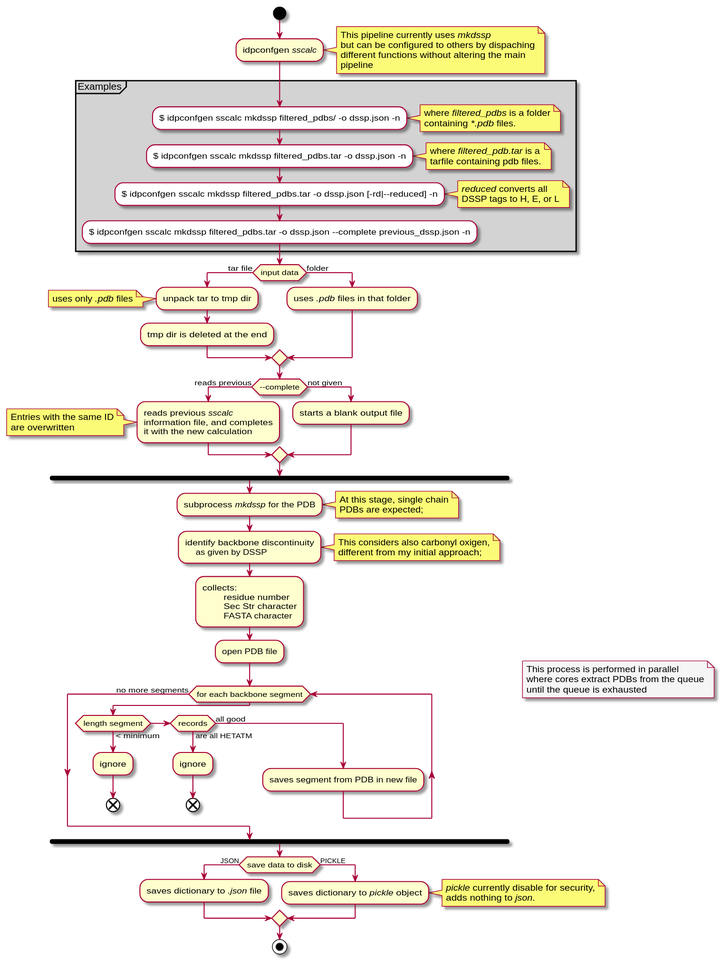
The PlantUML diagram docs/UMLs/idpconfgen_sscalc.svg in julie-forman-kay-lab/IDPConformerGenerator, before a commit.
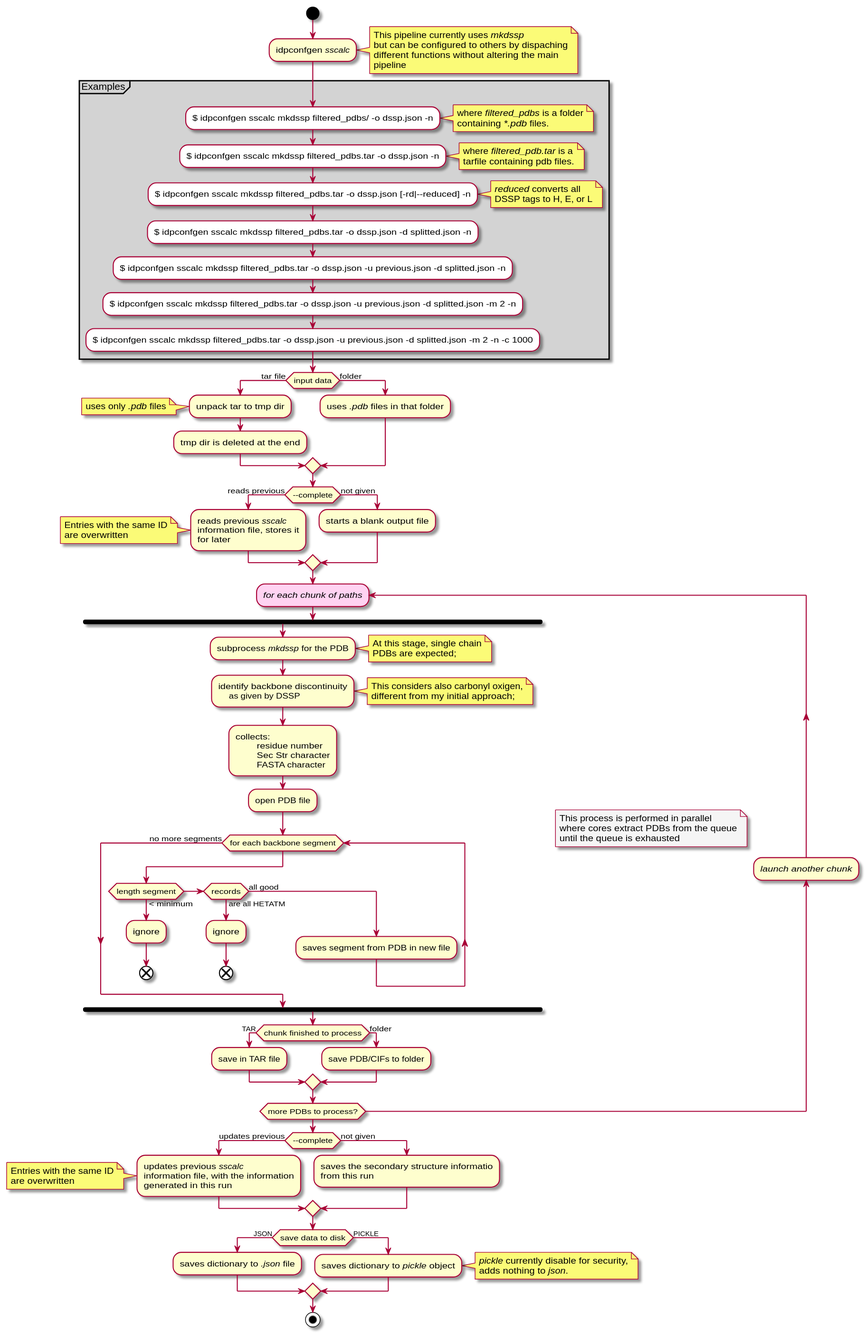
Later version of the same file.

Change to the diagram source:
```diff
@@ -26,7 +26,10 @@
         //reduced// converts all
         DSSP tags to H, E, or L
     end note
-    #WHITE:$ idpconfgen sscalc mkdssp filtered_pdbs.tar -o dssp.json --complete previous_dssp.json -n;
+    #WHITE:$ idpconfgen sscalc mkdssp filtered_pdbs.tar -o dssp.json -d splitted.json -n;
+    #WHITE:$ idpconfgen sscalc mkdssp filtered_pdbs.tar -o dssp.json -u previous.json -d splitted.json -n;
+    #WHITE:$ idpconfgen sscalc mkdssp filtered_pdbs.tar -o dssp.json -u previous.json -d splitted.json -m 2 -n;
+    #WHITE:$ idpconfgen sscalc mkdssp filtered_pdbs.tar -o dssp.json -u previous.json -d splitted.json -m 2 -n -c 1000;
     }
 
 if (input data) then (tar file)
@@ -41,8 +44,8 @@
 
 if (--complete) then (reads previous)
     :reads previous //sscalc//
-    information file, and completes
-    it with the new calculation;
+    information file, stores it
+    for later;
     note left
         Entries with the same ID
         are overwritten
@@ -51,6 +54,7 @@
     :starts a blank output file;
 endif
 
+#FFD3F2:repeat ://for each chunk of paths//;
 fork
 
 :subprocess //mkdssp// for the PDB;
@@ -89,7 +93,26 @@
     where cores extract PDBs from the queue
     until the queue is exhausted
 end note
+if (chunk finished to process) then (TAR)
+    :save in TAR file;
+else (folder)
+    :save PDB/CIFs to folder;
+endif
+backward://launch another chunk//;
+repeat while (more PDBs to process?)
 
+if (--complete) then (updates previous)
+    :updates previous //sscalc//
+    information file, with the information
+    generated in this run;
+    note left
+        Entries with the same ID
+        are overwritten
+    end note
+else (not given)
+    :saves the secondary structure informatio
+    from this run;
+endif
 if (save data to disk) then (JSON)
     :saves dictionary to //.json// file;
 else (PICKLE)
```
